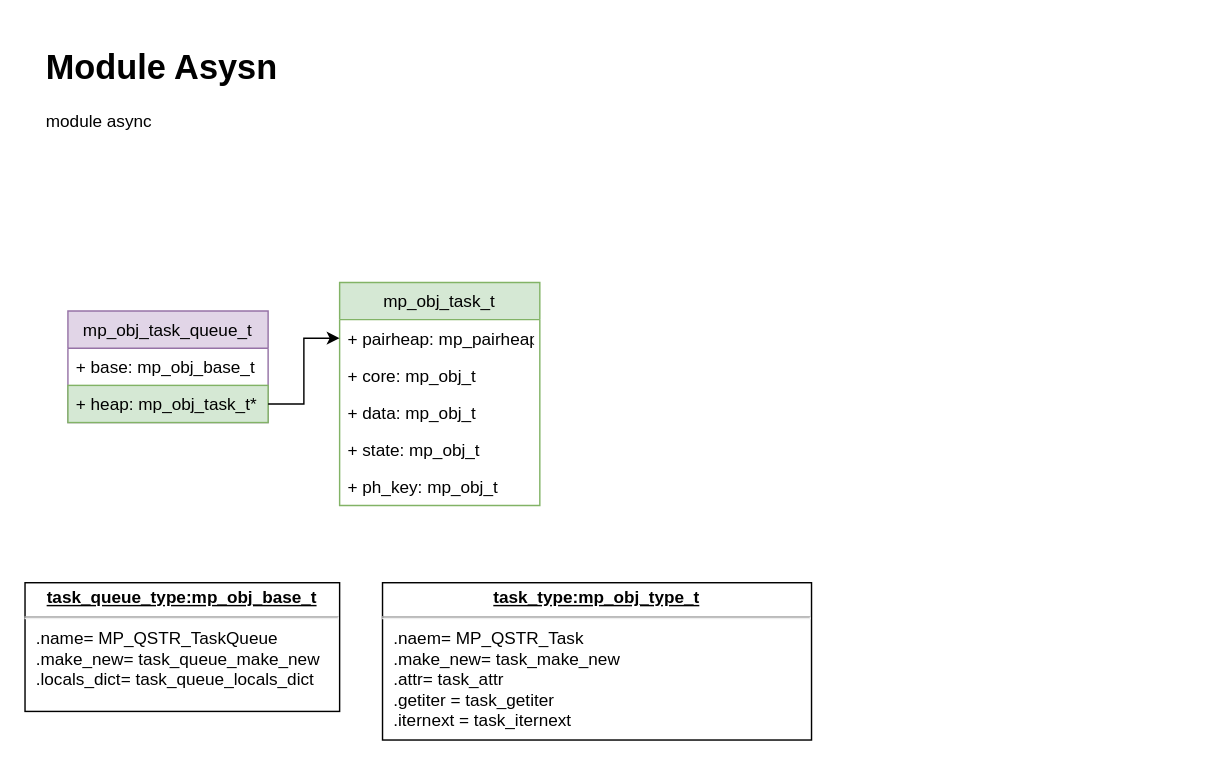
Above: uPyIWM/diagrams/async.drawio in over-infinity/-Tutorials (draw.io), before the change. Source tidied: cells renumbered, new cells numbered last; positions are measured from the earlier drawing's top-left corner, leaving out a move shared by most shapes. Both pictures are drawn from the tidied source at 143%, with x=0, y=0 at pixel (24, 39).
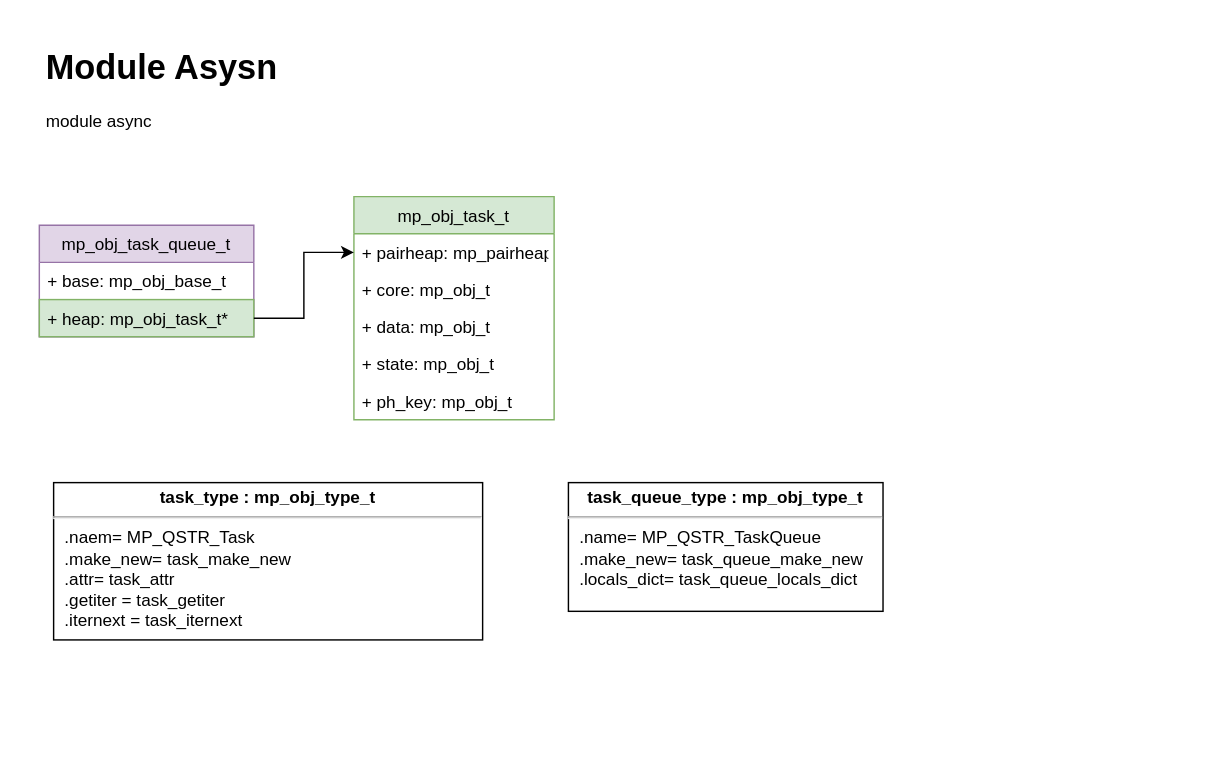
The same page after the edit.

The edit, as a diff of the source:
```diff
@@
 <mxGraphModel>
   <root>
     <mxCell id="0" />
     <mxCell id="1" parent="0" />
     <mxCell id="2" value="mp_obj_task_t" style="swimlane;fontStyle=0;horizontal=1;startSize=26;fillColor=#d5e8d4;strokeColor=#82b366;" parent="1" vertex="1">
-      <mxGeometry x="220" y="170" width="140" height="156" as="geometry" />
+      <mxGeometry x="230" y="110" width="140" height="156" as="geometry" />
     </mxCell>
     <mxCell id="3" value="+ pairheap: mp_pairheap_t&#10;" style="text;strokeColor=none;fillColor=none;align=left;verticalAlign=top;spacingLeft=4;spacingRight=4;overflow=hidden;points=[[0,0.5],[1,0.5]];portConstraint=eastwest;" parent="2" vertex="1">
       <mxGeometry y="26" width="140" height="26" as="geometry" />
     </mxCell>
     <mxCell id="4" value="+ core: mp_obj_t" style="text;strokeColor=none;fillColor=none;align=left;verticalAlign=top;spacingLeft=4;spacingRight=4;overflow=hidden;" parent="2" vertex="1">
       <mxGeometry y="52" width="140" height="26" as="geometry" />
     </mxCell>
     <mxCell id="5" value="+ data: mp_obj_t" style="text;strokeColor=none;fillColor=none;align=left;verticalAlign=top;spacingLeft=4;spacingRight=4;overflow=hidden;" parent="2" vertex="1">
       <mxGeometry y="78" width="140" height="26" as="geometry" />
     </mxCell>
     <mxCell id="6" value="+ state: mp_obj_t" style="text;strokeColor=none;fillColor=none;align=left;verticalAlign=top;spacingLeft=4;spacingRight=4;overflow=hidden;" parent="2" vertex="1">
       <mxGeometry y="104" width="140" height="26" as="geometry" />
     </mxCell>
     <mxCell id="7" value="+ ph_key: mp_obj_t" style="text;strokeColor=none;fillColor=none;align=left;verticalAlign=top;spacingLeft=4;spacingRight=4;overflow=hidden;" parent="2" vertex="1">
       <mxGeometry y="130" width="140" height="26" as="geometry" />
     </mxCell>
     <mxCell id="8" value="mp_obj_task_queue_t" style="swimlane;fontStyle=0;horizontal=1;startSize=26;fillColor=#e1d5e7;strokeColor=#9673a6;" parent="1" vertex="1">
-      <mxGeometry x="30" y="190" width="140" height="78" as="geometry" />
+      <mxGeometry x="10" y="130" width="150" height="78" as="geometry" />
     </mxCell>
     <mxCell id="9" value="+ base: mp_obj_base_t" style="text;strokeColor=none;fillColor=none;align=left;verticalAlign=top;spacingLeft=4;spacingRight=4;overflow=hidden;" parent="8" vertex="1">
-      <mxGeometry y="26" width="140" height="26" as="geometry" />
+      <mxGeometry y="26" width="150" height="26" as="geometry" />
     </mxCell>
     <mxCell id="10" value="+ heap: mp_obj_task_t*" style="text;strokeColor=#82b366;fillColor=#d5e8d4;align=left;verticalAlign=top;spacingLeft=4;spacingRight=4;overflow=hidden;points=[[0,0.5],[1,0.5]];portConstraint=eastwest;" parent="8" vertex="1">
-      <mxGeometry y="52" width="140" height="26" as="geometry" />
+      <mxGeometry y="52" width="150" height="26" as="geometry" />
     </mxCell>
     <mxCell id="11" style="edgeStyle=orthogonalEdgeStyle;rounded=0;jettySize=auto;html=1;" parent="1" edge="1" source="10" target="3">
       <mxGeometry relative="1" as="geometry" />
     </mxCell>
     <mxCell id="12" value="&lt;h1&gt;Module Asysn&lt;br&gt;&lt;/h1&gt;&lt;p&gt;module async&lt;br&gt;&lt;/p&gt;" style="text;html=1;strokeColor=none;fillColor=none;spacing=5;spacingTop=-20;whiteSpace=wrap;overflow=hidden;rounded=0;" parent="1" vertex="1">
       <mxGeometry x="10" width="810" height="120" as="geometry" />
     </mxCell>
-    <mxCell id="13" value="&lt;p style=&quot;margin: 0px ; margin-top: 4px ; text-align: center ; text-decoration: underline&quot;&gt;&lt;b&gt;task_queue_type:mp_obj_base_t&lt;/b&gt;&lt;/p&gt;&lt;hr&gt;&lt;p style=&quot;margin: 0px ; margin-left: 8px&quot;&gt;.name= MP_QSTR_TaskQueue&lt;br&gt;.make_new= task_queue_make_new&lt;br&gt;.locals_dict= task_queue_locals_dict&lt;/p&gt;" style="verticalAlign=top;align=left;overflow=fill;fontSize=12;fontFamily=Helvetica;html=1;" parent="1" vertex="1">
-      <mxGeometry y="380" width="220" height="90" as="geometry" />
+    <mxCell id="13" value="&lt;p style=&quot;margin: 4px 0px 0px ; text-align: center&quot;&gt;&lt;b&gt;task_queue_type :&lt;/b&gt;&lt;b&gt; mp_obj_type_t &lt;/b&gt;&lt;/p&gt;&lt;hr&gt;&lt;p style=&quot;margin: 0px ; margin-left: 8px&quot;&gt;.name= MP_QSTR_TaskQueue&lt;br&gt;.make_new= task_queue_make_new&lt;br&gt;.locals_dict= task_queue_locals_dict&lt;/p&gt;" style="verticalAlign=top;align=left;overflow=fill;fontSize=12;fontFamily=Helvetica;html=1;" parent="1" vertex="1">
+      <mxGeometry x="380" y="310" width="220" height="90" as="geometry" />
     </mxCell>
-    <mxCell id="14" value="&lt;p style=&quot;margin: 0px ; margin-top: 4px ; text-align: center ; text-decoration: underline&quot;&gt;&lt;b&gt;task_type:mp_obj_type_t&lt;/b&gt;&lt;/p&gt;&lt;hr&gt;&lt;p style=&quot;margin: 0px ; margin-left: 8px&quot;&gt;.naem= MP_QSTR_Task&lt;br&gt;.make_new= task_make_new&lt;br&gt;.attr= task_attr&lt;/p&gt;&lt;p style=&quot;margin: 0px ; margin-left: 8px&quot;&gt;.getiter = task_getiter&lt;/p&gt;&lt;p style=&quot;margin: 0px ; margin-left: 8px&quot;&gt;.iternext = task_iternext&lt;br&gt;&lt;/p&gt;&lt;p style=&quot;margin: 0px ; margin-left: 8px&quot;&gt;&lt;br&gt;&lt;/p&gt;" style="verticalAlign=top;align=left;overflow=fill;fontSize=12;fontFamily=Helvetica;html=1;" parent="1" vertex="1">
-      <mxGeometry x="250" y="380" width="300" height="110" as="geometry" />
+    <mxCell id="14" value="&lt;p style=&quot;margin: 4px 0px 0px ; text-align: center&quot;&gt;&lt;b&gt;task_type : mp_obj_type_t &lt;/b&gt;&lt;br&gt;&lt;/p&gt;&lt;hr&gt;&lt;p style=&quot;margin: 0px ; margin-left: 8px&quot;&gt;.naem= MP_QSTR_Task&lt;br&gt;.make_new= task_make_new&lt;br&gt;.attr= task_attr&lt;/p&gt;&lt;p style=&quot;margin: 0px ; margin-left: 8px&quot;&gt;.getiter = task_getiter&lt;/p&gt;&lt;p style=&quot;margin: 0px ; margin-left: 8px&quot;&gt;.iternext = task_iternext&lt;br&gt;&lt;/p&gt;&lt;p style=&quot;margin: 0px ; margin-left: 8px&quot;&gt;&lt;br&gt;&lt;/p&gt;" style="verticalAlign=top;align=left;overflow=fill;fontSize=12;fontFamily=Helvetica;html=1;fontStyle=0;" parent="1" vertex="1">
+      <mxGeometry x="20" y="310" width="300" height="110" as="geometry" />
     </mxCell>
   </root>
 </mxGraphModel>
```
